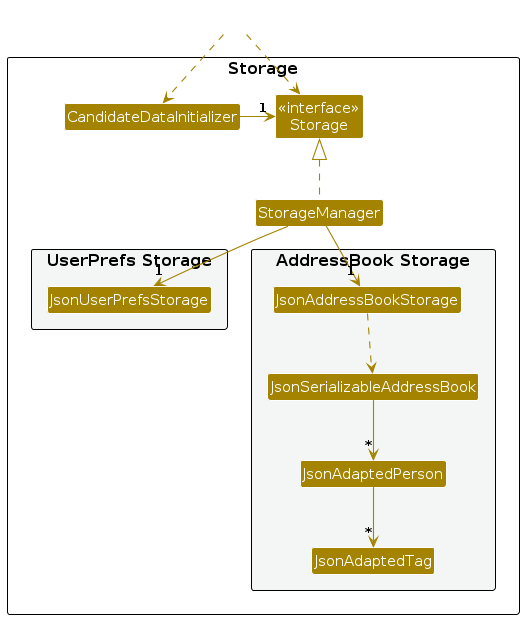
The PlantUML diagram diagrams/StorageClassDiagram.png in AY2627S1-CS2103-F10-1/tp, before a commit. Its source is kept beside it as diagrams/StorageClassDiagram.puml.
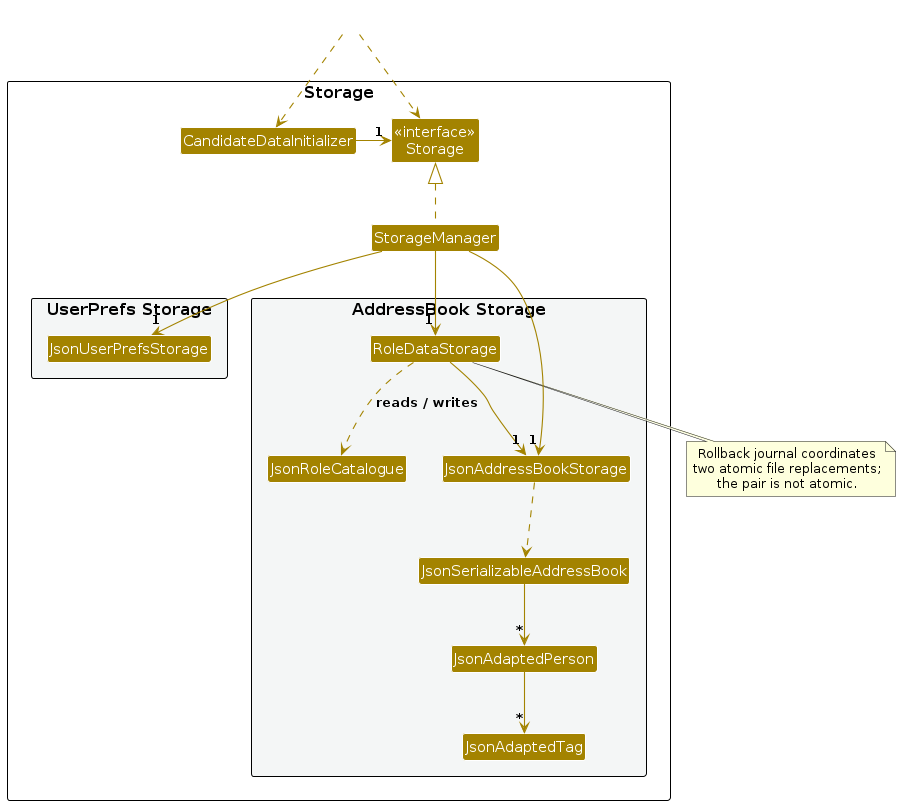
Later version of the same file.

The edit, as a diff of the source:
```diff
@@ -15,6 +15,8 @@
 }
 
 package "AddressBook Storage" #F4F6F6{
+Class RoleDataStorage
+Class JsonRoleCatalogue
 Class JsonAddressBookStorage
 Class JsonSerializableAddressBook
 Class JsonAdaptedPerson
@@ -31,6 +33,15 @@
 StorageManager .up.|> Storage
 StorageManager -down-> "1" JsonUserPrefsStorage
 StorageManager -down-> "1" JsonAddressBookStorage
+StorageManager -down-> "1" RoleDataStorage
+RoleDataStorage --> "1" JsonAddressBookStorage
+RoleDataStorage ..> JsonRoleCatalogue : reads / writes
+note bottom of RoleDataStorage
+  Rollback journal coordinates
+  two atomic file replacements;
+  the pair is not atomic.
+end note
+JsonAdaptedPerson : role IDs
 
 JsonAddressBookStorage ..> JsonSerializableAddressBook
 JsonSerializableAddressBook --> "*" JsonAdaptedPerson
```
